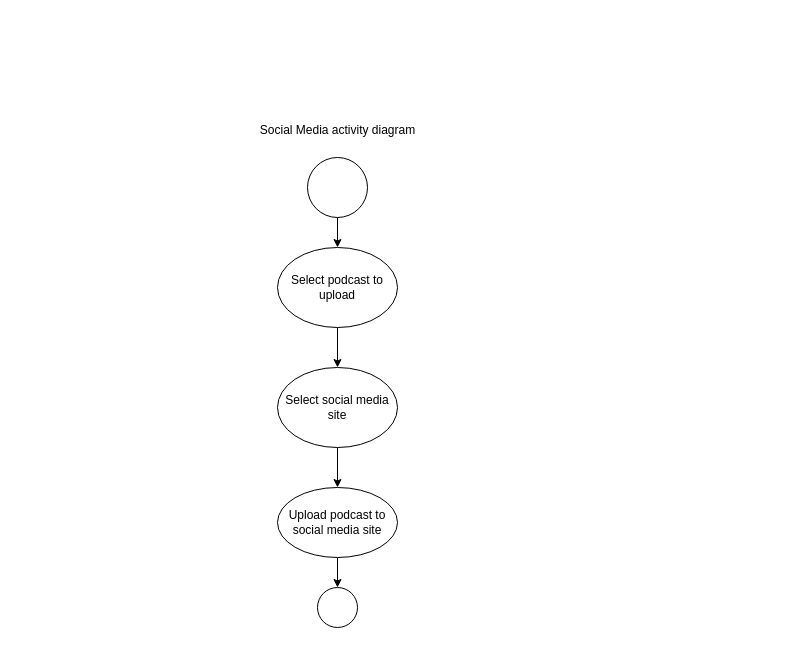
Before: SocialMedia_ActivityDiagram.drawio in Glizzus/COMP-3700, a draw.io diagram. Source tidied: cells renumbered, new cells numbered last; positions are measured from the earlier drawing's top-left corner, leaving out a move shared by most shapes. Both pictures are drawn from the tidied source at 100%, with x=0, y=0 at pixel (247, 115).
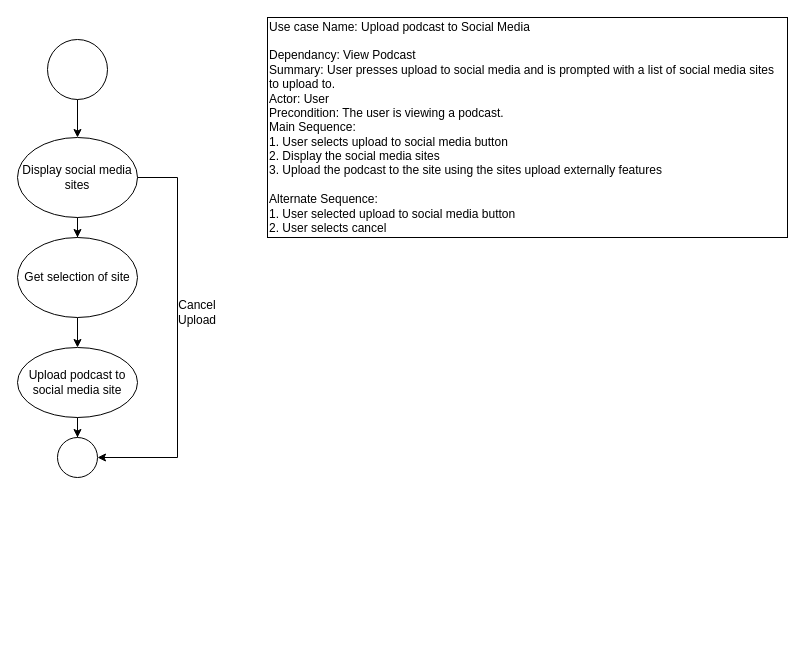
The same diagram, later.

Commit message (it also covers changes not shown here):
Added descriptions to social media and store new

Diff of the diagram source:
```diff
@@
 <mxGraphModel>
   <root>
     <mxCell id="0" />
     <mxCell id="1" parent="0" />
     <mxCell id="2" style="ellipse;whiteSpace=wrap;html=1;" parent="1" vertex="1">
-      <mxGeometry x="60" y="42" width="60" height="60" as="geometry" />
+      <mxGeometry x="-200" y="-76" width="60" height="60" as="geometry" />
     </mxCell>
-    <mxCell id="3" style="edgeStyle=orthogonalEdgeStyle;rounded=0;jettySize=auto;html=1;exitX=0.5;exitY=1;exitDx=0;exitDy=0;" parent="1" edge="1" source="2" target="7">
+    <mxCell id="3" style="edgeStyle=orthogonalEdgeStyle;rounded=0;jettySize=auto;html=1;exitX=0.5;exitY=1;exitDx=0;exitDy=0;" parent="1" edge="1" source="2" target="5">
       <mxGeometry relative="1" as="geometry" />
     </mxCell>
-    <mxCell id="4" style="edgeStyle=orthogonalEdgeStyle;rounded=0;jettySize=auto;html=1;entryX=0.5;entryY=0;entryDx=0;entryDy=0;" parent="1" edge="1" source="5" target="9">
-      <mxGeometry relative="1" as="geometry" />
-    </mxCell>
+    <mxCell id="12" style="edgeStyle=orthogonalEdgeStyle;rounded=0;jettySize=auto;html=1;" parent="1" edge="1" source="5" target="14">
+      <mxGeometry relative="1" as="geometry" />
+    </mxCell>
-    <mxCell id="5" value="Select social media site" style="ellipse;whiteSpace=wrap;html=1;" parent="1" vertex="1">
-      <mxGeometry x="30" y="252" width="120" height="80" as="geometry" />
+    <mxCell id="5" value="Display social media sites" style="ellipse;whiteSpace=wrap;html=1;" parent="1" vertex="1">
+      <mxGeometry x="-230" y="22" width="120" height="80" as="geometry" />
     </mxCell>
-    <mxCell id="6" style="edgeStyle=orthogonalEdgeStyle;rounded=0;jettySize=auto;html=1;entryX=0.5;entryY=0;entryDx=0;entryDy=0;" parent="1" edge="1" source="7" target="5">
-      <mxGeometry relative="1" as="geometry" />
-    </mxCell>
-    <mxCell id="7" value="Select podcast to upload" style="ellipse;whiteSpace=wrap;html=1;" parent="1" vertex="1">
-      <mxGeometry x="30" y="132" width="120" height="80" as="geometry" />
-    </mxCell>
     <mxCell id="8" style="edgeStyle=orthogonalEdgeStyle;rounded=0;jettySize=auto;html=1;" parent="1" edge="1" source="9" target="10">
       <mxGeometry relative="1" as="geometry" />
     </mxCell>
     <mxCell id="9" value="Upload podcast to social media site" style="ellipse;whiteSpace=wrap;html=1;" parent="1" vertex="1">
-      <mxGeometry x="30" y="372" width="120" height="70" as="geometry" />
+      <mxGeometry x="-230" y="232" width="120" height="70" as="geometry" />
     </mxCell>
     <mxCell id="10" style="ellipse;whiteSpace=wrap;html=1;" parent="1" vertex="1">
-      <mxGeometry x="70" y="472" width="40" height="40" as="geometry" />
+      <mxGeometry x="-190" y="322" width="40" height="40" as="geometry" />
     </mxCell>
-    <mxCell id="11" value="Social Media activity diagram" style="text;html=1;align=center;verticalAlign=middle;strokeColor=none;fillColor=none;" parent="1" vertex="1">
-      <mxGeometry width="180" height="30" as="geometry" />
-    </mxCell>
+    <mxCell id="13" style="edgeStyle=orthogonalEdgeStyle;rounded=0;jettySize=auto;html=1;" parent="1" edge="1" source="14" target="9">
+      <mxGeometry relative="1" as="geometry" />
+    </mxCell>
+    <mxCell id="14" value="Get selection of site" style="ellipse;whiteSpace=wrap;html=1;" parent="1" vertex="1">
+      <mxGeometry x="-230" y="122" width="120" height="80" as="geometry" />
+    </mxCell>
+    <mxCell id="15" value="Use case Name: Upload podcast to Social Media&lt;br&gt;&lt;br style=&quot;border-color: var(--border-color);&quot;&gt;&lt;span style=&quot;&quot;&gt;Dependancy: View Podcast&lt;/span&gt;&lt;br style=&quot;border-color: var(--border-color);&quot;&gt;&lt;span style=&quot;&quot;&gt;Summary: User presses upload to social media and is prompted with a list of social media sites to upload to.&lt;/span&gt;&lt;br style=&quot;border-color: var(--border-color);&quot;&gt;&lt;span style=&quot;&quot;&gt;Actor: User&lt;/span&gt;&lt;br style=&quot;border-color: var(--border-color);&quot;&gt;&lt;span style=&quot;&quot;&gt;Precondition: The user is viewing a podcast.&lt;/span&gt;&lt;br style=&quot;border-color: var(--border-color);&quot;&gt;&lt;span style=&quot;&quot;&gt;Main Sequence:&lt;/span&gt;&lt;br style=&quot;border-color: var(--border-color);&quot;&gt;&lt;span style=&quot;&quot;&gt;1. User selects upload to social media button&lt;/span&gt;&lt;br style=&quot;border-color: var(--border-color);&quot;&gt;&lt;span style=&quot;&quot;&gt;2. Display the social media sites&lt;/span&gt;&lt;br style=&quot;border-color: var(--border-color);&quot;&gt;&lt;div style=&quot;&quot;&gt;&lt;span style=&quot;background-color: initial;&quot;&gt;3. Upload the podcast to the site using the sites upload externally features&lt;/span&gt;&lt;/div&gt;&lt;div style=&quot;&quot;&gt;&lt;span style=&quot;background-color: initial;&quot;&gt;&lt;br&gt;&lt;/span&gt;&lt;/div&gt;&lt;div style=&quot;&quot;&gt;&lt;span style=&quot;background-color: initial;&quot;&gt;Alternate Sequence:&lt;br&gt;1. User selected upload to social media button&lt;/span&gt;&lt;/div&gt;&lt;div style=&quot;&quot;&gt;&lt;span style=&quot;background-color: initial;&quot;&gt;2. User selects cancel&lt;/span&gt;&lt;/div&gt;" style="rounded=0;whiteSpace=wrap;html=1;align=left;" parent="1" vertex="1">
+      <mxGeometry x="20" y="-98" width="520" height="220" as="geometry" />
+    </mxCell>
+    <mxCell id="16" style="endArrow=classic;html=1;rounded=0;exitX=1;exitY=0.5;exitDx=0;exitDy=0;entryX=1;entryY=0.5;entryDx=0;entryDy=0;" parent="1" edge="1" source="5" target="10">
+      <mxGeometry relative="1" as="geometry">
+        <Array as="points">
+          <mxPoint x="-70" y="62" />
+          <mxPoint x="-70" y="342" />
+        </Array>
+      </mxGeometry>
+    </mxCell>
+    <mxCell id="17" value="Cancel Upload" style="text;html=1;strokeColor=none;fillColor=none;align=center;verticalAlign=middle;whiteSpace=wrap;rounded=0;" parent="1" vertex="1">
+      <mxGeometry x="-90" y="182" width="80" height="30" as="geometry" />
+    </mxCell>
   </root>
 </mxGraphModel>
```
